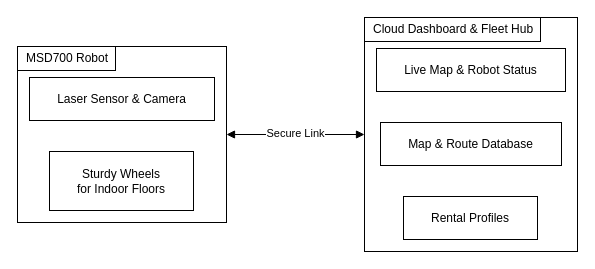
Above: docs/user-guide/diagrams/introduction-what-is-msd700.drawio in itbdelaboprogramming/msd700_documentation (draw.io), before the change. Source tidied: cells renumbered, new cells numbered last; positions are measured from the earlier drawing's top-left corner, leaving out a move shared by most shapes. Both pictures are drawn from the tidied source at 100%, with x=0, y=0 at pixel (17, 17).
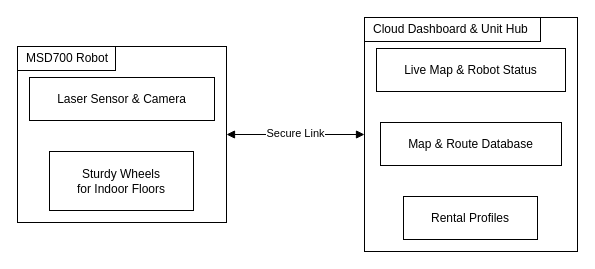
The same diagram, later.

The edit, as a diff of the source:
```diff
@@
 <mxGraphModel>
   <root>
     <mxCell id="0" />
     <mxCell id="1" parent="0" />
     <mxCell id="2" style="rounded=0;html=1;whiteSpace=wrap;fillColor=#ffffff;strokeColor=#000000;" parent="1" vertex="1">
       <mxGeometry x="347" width="213" height="234" as="geometry" />
     </mxCell>
     <mxCell id="3" style="rounded=0;html=1;whiteSpace=wrap;fillColor=#ffffff;strokeColor=#000000;" parent="1" vertex="1">
       <mxGeometry y="29" width="209" height="176" as="geometry" />
     </mxCell>
     <mxCell id="4" value="Laser Sensor &amp;amp; Camera" style="html=1;whiteSpace=wrap;fillColor=#ffffff;strokeColor=#000000;rounded=0;fontFamily=Helvetica;fontSize=12;fontColor=#000000;" parent="3" vertex="1">
       <mxGeometry x="12" y="31" width="185" height="43" as="geometry" />
     </mxCell>
     <mxCell id="5" value="Sturdy Wheels&lt;br&gt;for Indoor Floors" style="html=1;whiteSpace=wrap;fillColor=#ffffff;strokeColor=#000000;rounded=0;fontFamily=Helvetica;fontSize=12;fontColor=#000000;" parent="3" vertex="1">
       <mxGeometry x="32" y="105" width="144" height="59" as="geometry" />
     </mxCell>
     <mxCell id="6" value="Map &amp;amp; Route Database" style="html=1;whiteSpace=wrap;fillColor=#ffffff;strokeColor=#000000;rounded=0;fontFamily=Helvetica;fontSize=12;fontColor=#000000;" parent="2" vertex="1">
       <mxGeometry x="16" y="105" width="181" height="43" as="geometry" />
     </mxCell>
     <mxCell id="7" value="Rental Profiles" style="html=1;whiteSpace=wrap;fillColor=#ffffff;strokeColor=#000000;rounded=0;fontFamily=Helvetica;fontSize=12;fontColor=#000000;" parent="2" vertex="1">
       <mxGeometry x="39" y="179" width="134" height="43" as="geometry" />
     </mxCell>
     <mxCell id="8" value="Live Map &amp;amp; Robot Status" style="html=1;whiteSpace=wrap;fillColor=#ffffff;strokeColor=#000000;rounded=0;fontFamily=Helvetica;fontSize=12;fontColor=#000000;" parent="2" vertex="1">
       <mxGeometry x="12" y="31" width="189" height="43" as="geometry" />
     </mxCell>
     <mxCell id="9" value="Secure Link" style="edgeStyle=orthogonalEdgeStyle;rounded=1;arcSize=10;html=1;fontFamily=Helvetica;fontSize=11;labelBackgroundColor=#ffffff;strokeColor=#000000;startArrow=block;startFill=1;startSize=6;endArrow=block;endFill=1;endSize=6;exitX=1;exitY=0.5;exitDx=0;exitDy=0;exitPerimeter=0;entryX=0;entryY=0.5;entryDx=0;entryDy=0;entryPerimeter=0;" parent="1" edge="1" source="3" target="2">
       <mxGeometry relative="1" as="geometry">
         <mxPoint y="-1" as="offset" />
       </mxGeometry>
     </mxCell>
-    <mxCell id="10" value="Cloud Dashboard &amp;amp; Fleet Hub" style="rounded=0;html=1;whiteSpace=wrap;fillColor=#ffffff;strokeColor=#000000;align=left;verticalAlign=middle;spacingLeft=7;spacingRight=1;spacingTop=0;spacingBottom=0;fontFamily=Helvetica;fontSize=12;fontColor=#000000;" parent="2" vertex="1">
+    <mxCell id="10" value="Cloud Dashboard &amp;amp; Unit Hub" style="rounded=0;html=1;whiteSpace=wrap;fillColor=#ffffff;strokeColor=#000000;align=left;verticalAlign=middle;spacingLeft=7;spacingRight=1;spacingTop=0;spacingBottom=0;fontFamily=Helvetica;fontSize=12;fontColor=#000000;" parent="2" vertex="1">
       <mxGeometry width="176" height="24" as="geometry" />
     </mxCell>
     <mxCell id="11" value="MSD700 Robot" style="rounded=0;html=1;whiteSpace=wrap;fillColor=#ffffff;strokeColor=#000000;align=left;verticalAlign=middle;spacingLeft=7;spacingRight=1;spacingTop=0;spacingBottom=0;fontFamily=Helvetica;fontSize=12;fontColor=#000000;" parent="3" vertex="1">
       <mxGeometry width="98" height="24" as="geometry" />
     </mxCell>
   </root>
 </mxGraphModel>
```
